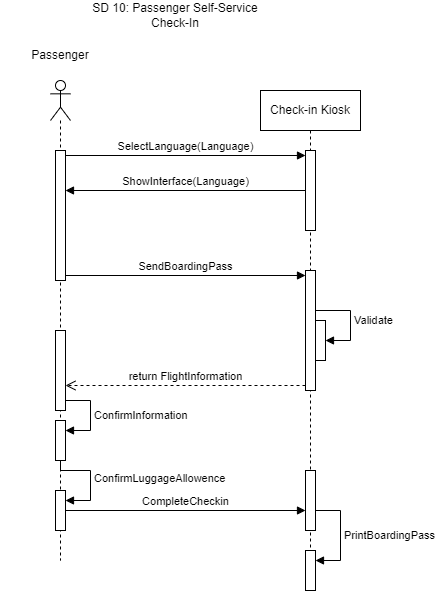
The draw.io diagram Diagramms/Sequence Diagrams/SD_10.drawio.png in Smr002/Group01_Airport_Management_System, before a commit. Source tidied: cells renumbered, new cells last; positions are measured from the earlier drawing's top-left corner, leaving out a move shared by most shapes.
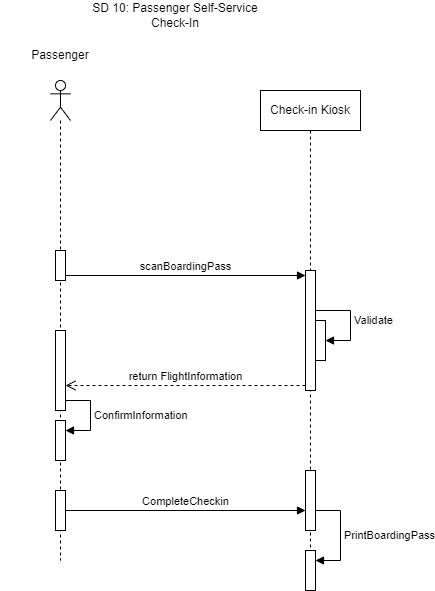
After the commit.

What changed in the source:
```diff
@@ -5,9 +5,6 @@
     <mxCell id="2" value="Check-in Kiosk" style="shape=umlLifeline;perimeter=lifelinePerimeter;whiteSpace=wrap;html=1;newEdgeStyle={&quot;edgeStyle&quot;:&quot;elbowEdgeStyle&quot;,&quot;elbow&quot;:&quot;vertical&quot;,&quot;curved&quot;:0,&quot;rounded&quot;:0};" parent="1" vertex="1">
       <mxGeometry x="260" y="90" width="100" height="500" as="geometry" />
     </mxCell>
-    <mxCell id="3" style="html=1;points=[[0,0,0,0,5],[0,1,0,0,-5],[1,0,0,0,5],[1,1,0,0,-5]];perimeter=orthogonalPerimeter;outlineConnect=0;targetShapes=umlLifeline;portConstraint=eastwest;newEdgeStyle={&quot;curved&quot;:0,&quot;rounded&quot;:0};" parent="2" vertex="1">
-      <mxGeometry x="45" y="60" width="10" height="80" as="geometry" />
-    </mxCell>
     <mxCell id="4" style="html=1;points=[[0,0,0,0,5],[0,1,0,0,-5],[1,0,0,0,5],[1,1,0,0,-5]];perimeter=orthogonalPerimeter;outlineConnect=0;targetShapes=umlLifeline;portConstraint=eastwest;newEdgeStyle={&quot;curved&quot;:0,&quot;rounded&quot;:0};" parent="2" vertex="1">
       <mxGeometry x="45" y="180" width="10" height="120" as="geometry" />
     </mxCell>
@@ -40,7 +37,7 @@
       <mxGeometry x="50" y="80" width="20" height="480" as="geometry" />
     </mxCell>
     <mxCell id="11" style="html=1;points=[[0,0,0,0,5],[0,1,0,0,-5],[1,0,0,0,5],[1,1,0,0,-5]];perimeter=orthogonalPerimeter;outlineConnect=0;targetShapes=umlLifeline;portConstraint=eastwest;newEdgeStyle={&quot;curved&quot;:0,&quot;rounded&quot;:0};" parent="10" vertex="1">
-      <mxGeometry x="5" y="70" width="10" height="130" as="geometry" />
+      <mxGeometry x="5" y="170" width="10" height="30" as="geometry" />
     </mxCell>
     <mxCell id="12" style="html=1;points=[[0,0,0,0,5],[0,1,0,0,-5],[1,0,0,0,5],[1,1,0,0,-5]];perimeter=orthogonalPerimeter;outlineConnect=0;targetShapes=umlLifeline;portConstraint=eastwest;newEdgeStyle={&quot;curved&quot;:0,&quot;rounded&quot;:0};" parent="10" vertex="1">
       <mxGeometry x="5" y="250" width="10" height="80" as="geometry" />
@@ -59,28 +56,13 @@
     <mxCell id="15" style="html=1;points=[[0,0,0,0,5],[0,1,0,0,-5],[1,0,0,0,5],[1,1,0,0,-5]];perimeter=orthogonalPerimeter;outlineConnect=0;targetShapes=umlLifeline;portConstraint=eastwest;newEdgeStyle={&quot;curved&quot;:0,&quot;rounded&quot;:0};" parent="10" vertex="1">
       <mxGeometry x="5" y="410" width="10" height="40" as="geometry" />
     </mxCell>
-    <mxCell id="16" value="ConfirmLuggageAllowence" style="html=1;align=left;spacingLeft=2;endArrow=block;rounded=0;edgeStyle=orthogonalEdgeStyle;curved=0;rounded=0;" parent="10" edge="1" source="13" target="15">
-      <mxGeometry relative="1" as="geometry">
-        <Array as="points">
-          <mxPoint x="10" y="390" />
-          <mxPoint x="40" y="390" />
-          <mxPoint x="40" y="420" />
-        </Array>
-      </mxGeometry>
-    </mxCell>
     <mxCell id="17" value="Passenger" style="text;html=1;align=center;verticalAlign=middle;whiteSpace=wrap;rounded=0;" parent="1" vertex="1">
       <mxGeometry y="40" width="120" height="30" as="geometry" />
     </mxCell>
     <mxCell id="18" value="SD 10: Passenger Self-Service Check-In" style="text;html=1;align=center;verticalAlign=middle;whiteSpace=wrap;rounded=0;" parent="1" vertex="1">
       <mxGeometry x="90" width="170" height="30" as="geometry" />
     </mxCell>
-    <mxCell id="19" value="SelectLanguage(Language)" style="html=1;verticalAlign=bottom;endArrow=block;curved=0;rounded=0;entryX=0;entryY=0;entryDx=0;entryDy=5;" parent="1" edge="1" source="11" target="3">
-      <mxGeometry relative="1" as="geometry" />
-    </mxCell>
-    <mxCell id="20" value="ShowInterface(Language)" style="html=1;verticalAlign=bottom;endArrow=block;curved=0;rounded=0;" parent="1" edge="1" source="3" target="11">
-      <mxGeometry relative="1" as="geometry" />
-    </mxCell>
-    <mxCell id="21" value="SendBoardingPass" style="html=1;verticalAlign=bottom;endArrow=block;curved=0;rounded=0;entryX=0;entryY=0;entryDx=0;entryDy=5;" parent="1" edge="1" source="11" target="4">
+    <mxCell id="21" value="scanBoardingPass" style="html=1;verticalAlign=bottom;endArrow=block;curved=0;rounded=0;entryX=0;entryY=0;entryDx=0;entryDy=5;" parent="1" edge="1" source="11" target="4">
       <mxGeometry relative="1" as="geometry" />
     </mxCell>
     <mxCell id="22" value="return FlightInformation" style="html=1;verticalAlign=bottom;endArrow=open;dashed=1;endSize=8;curved=0;rounded=0;exitX=0;exitY=1;exitDx=0;exitDy=-5;" parent="1" edge="1" source="4" target="12">
```
